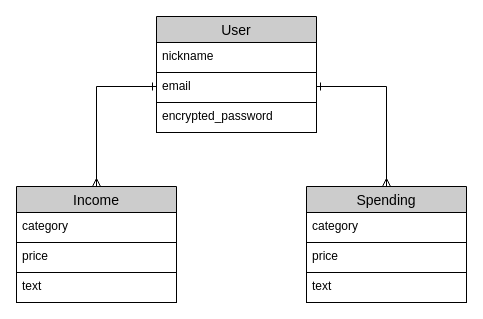
This is kakeibo.dio from Yurika-1016/kakeibo-33991, a draw.io file, before an edit. Source tidied: cells renumbered, new cells numbered last; positions are measured from the earlier drawing's top-left corner, leaving out a move shared by most shapes. Both pictures are drawn from the tidied source at 100%, with x=0, y=0 at pixel (16, 16).
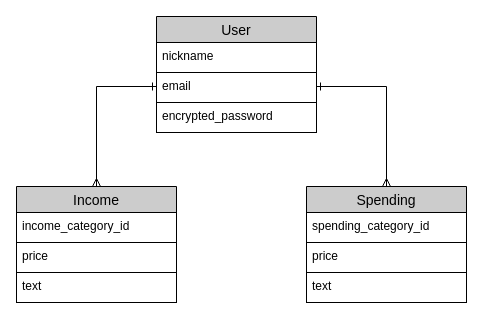
The same diagram, later.

The edit, as a diff of the source:
```diff
@@
 <mxGraphModel background="#FFFFFF">
   <root>
     <mxCell id="0" />
     <mxCell id="1" parent="0" />
     <mxCell id="2" value="User" style="swimlane;fontStyle=0;horizontal=1;startSize=26;align=center;fontSize=14;strokeColor=#000000;fontColor=#000000;labelBorderColor=none;labelBackgroundColor=none;fillColor=#CCCCCC;" parent="1" vertex="1">
       <mxGeometry x="140" width="160" height="116" as="geometry" />
     </mxCell>
     <mxCell id="3" value="nickname" style="text;fillColor=none;spacingLeft=4;spacingRight=4;overflow=hidden;fontSize=12;strokeColor=#000000;fontColor=#000000;" parent="2" vertex="1">
       <mxGeometry y="26" width="160" height="30" as="geometry" />
     </mxCell>
     <mxCell id="4" style="endArrow=ERone;html=1;rounded=0;fontColor=#000000;exitX=0.5;exitY=0;exitDx=0;exitDy=0;startArrow=ERmany;startFill=0;endFill=0;strokeColor=#000000;" parent="2" edge="1" source="11">
       <mxGeometry relative="1" as="geometry">
         <mxPoint x="160" y="70" as="targetPoint" />
         <Array as="points">
           <mxPoint x="230" y="70" />
         </Array>
       </mxGeometry>
     </mxCell>
     <mxCell id="5" value="email" style="text;fillColor=none;spacingLeft=4;spacingRight=4;overflow=hidden;fontSize=12;strokeColor=#000000;fontColor=#000000;" parent="2" vertex="1">
       <mxGeometry y="56" width="160" height="30" as="geometry" />
     </mxCell>
     <mxCell id="6" value="encrypted_password" style="text;fillColor=none;spacingLeft=4;spacingRight=4;overflow=hidden;fontSize=12;strokeColor=#000000;fontColor=#000000;" parent="2" vertex="1">
       <mxGeometry y="86" width="160" height="30" as="geometry" />
     </mxCell>
     <mxCell id="7" value="Income" style="swimlane;fontStyle=0;horizontal=1;startSize=26;align=center;fontSize=14;strokeColor=#000000;fontColor=#000000;labelBorderColor=none;labelBackgroundColor=none;fillColor=#CCCCCC;" parent="1" vertex="1">
       <mxGeometry y="170" width="160" height="116" as="geometry" />
     </mxCell>
-    <mxCell id="8" value="category" style="text;fillColor=none;spacingLeft=4;spacingRight=4;overflow=hidden;fontSize=12;strokeColor=#000000;fontColor=#000000;" parent="7" vertex="1">
+    <mxCell id="8" value="income_category_id" style="text;fillColor=none;spacingLeft=4;spacingRight=4;overflow=hidden;fontSize=12;strokeColor=#000000;fontColor=#000000;" parent="7" vertex="1">
       <mxGeometry y="26" width="160" height="30" as="geometry" />
     </mxCell>
     <mxCell id="9" value="price" style="text;fillColor=none;spacingLeft=4;spacingRight=4;overflow=hidden;fontSize=12;strokeColor=#000000;fontColor=#000000;" parent="7" vertex="1">
       <mxGeometry y="56" width="160" height="30" as="geometry" />
     </mxCell>
     <mxCell id="10" value="text" style="text;fillColor=none;spacingLeft=4;spacingRight=4;overflow=hidden;fontSize=12;strokeColor=#000000;fontColor=#000000;" parent="7" vertex="1">
       <mxGeometry y="86" width="160" height="30" as="geometry" />
     </mxCell>
     <mxCell id="11" value="Spending" style="swimlane;fontStyle=0;horizontal=1;startSize=26;align=center;fontSize=14;strokeColor=#000000;fontColor=#000000;labelBorderColor=none;labelBackgroundColor=none;fillColor=#CCCCCC;" parent="1" vertex="1">
       <mxGeometry x="290" y="170" width="160" height="116" as="geometry" />
     </mxCell>
-    <mxCell id="12" value="category" style="text;fillColor=none;spacingLeft=4;spacingRight=4;overflow=hidden;fontSize=12;strokeColor=#000000;fontColor=#000000;" parent="11" vertex="1">
+    <mxCell id="12" value="spending_category_id" style="text;fillColor=none;spacingLeft=4;spacingRight=4;overflow=hidden;fontSize=12;strokeColor=#000000;fontColor=#000000;" parent="11" vertex="1">
       <mxGeometry y="26" width="160" height="30" as="geometry" />
     </mxCell>
     <mxCell id="13" value="price" style="text;fillColor=none;spacingLeft=4;spacingRight=4;overflow=hidden;fontSize=12;strokeColor=#000000;fontColor=#000000;" parent="11" vertex="1">
       <mxGeometry y="56" width="160" height="30" as="geometry" />
     </mxCell>
     <mxCell id="14" value="text" style="text;fillColor=none;spacingLeft=4;spacingRight=4;overflow=hidden;fontSize=12;strokeColor=#000000;fontColor=#000000;" parent="11" vertex="1">
       <mxGeometry y="86" width="160" height="30" as="geometry" />
     </mxCell>
     <mxCell id="15" style="endArrow=ERone;html=1;rounded=0;fontColor=#000000;exitX=0.5;exitY=0;exitDx=0;exitDy=0;startArrow=ERmany;startFill=0;endFill=0;strokeColor=#000000;" parent="1" edge="1" source="7">
       <mxGeometry relative="1" as="geometry">
         <mxPoint x="140" y="70" as="targetPoint" />
         <Array as="points">
           <mxPoint x="80" y="70" />
         </Array>
       </mxGeometry>
     </mxCell>
   </root>
 </mxGraphModel>
```
